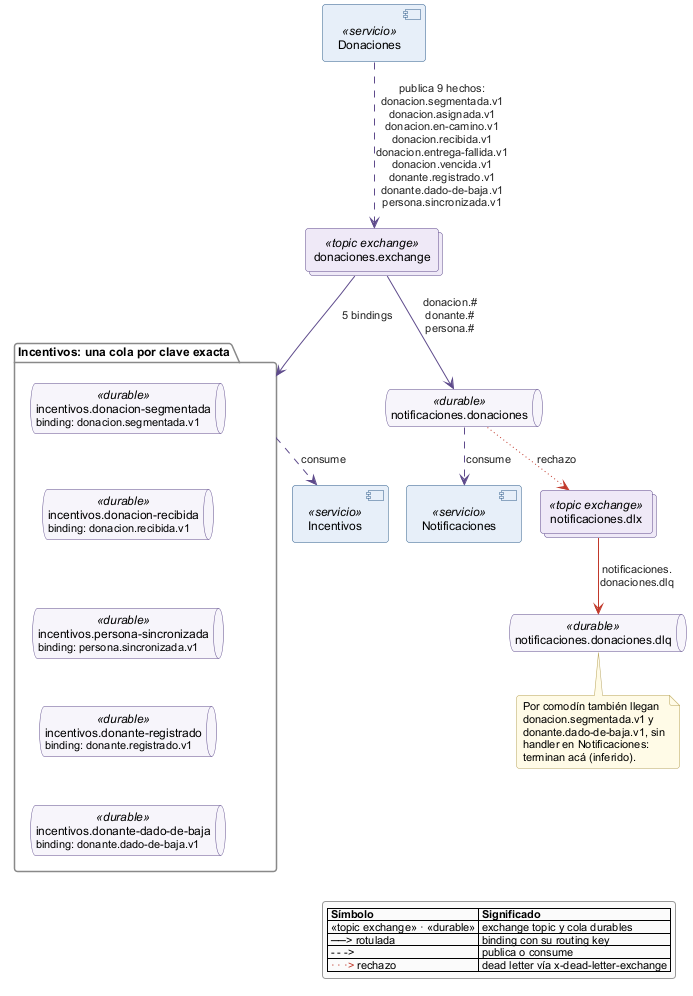
The PlantUML diagram docs/entrega-4/arquitectura/diagramas/rabbit/rabbit-01-hechos-donaciones.png in tsorren/DonaTrack-TP-DDS, before a commit.
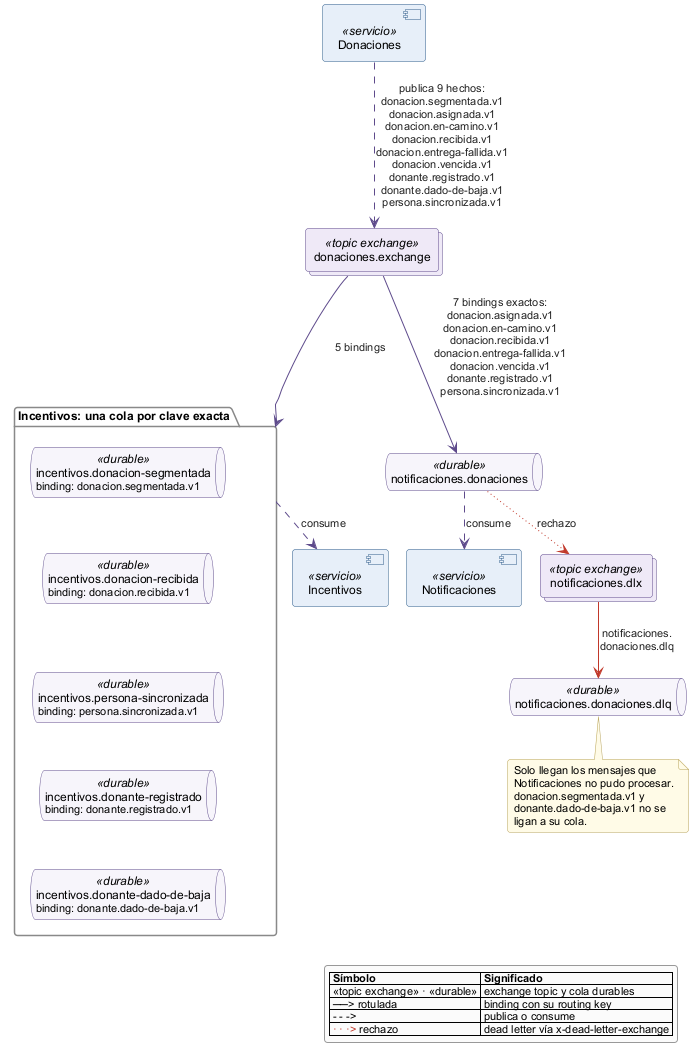
Above is the later version.

The edit, as a diff of the source:
```diff
@@ -35,7 +35,7 @@
 q4 -[hidden]down- q5
 
 don -[#5E4B8B,dashed]-> ex : publica 9 hechos:\ndonacion.segmentada.v1\ndonacion.asignada.v1\ndonacion.en-camino.v1\ndonacion.recibida.v1\ndonacion.entrega-fallida.v1\ndonacion.vencida.v1\ndonante.registrado.v1\ndonante.dado-de-baja.v1\npersona.sincronizada.v1
-ex -[#5E4B8B]-> qN : donacion.#\ndonante.#\npersona.#
+ex -[#5E4B8B]-> qN : 7 bindings exactos:\ndonacion.asignada.v1\ndonacion.en-camino.v1\ndonacion.recibida.v1\ndonacion.entrega-fallida.v1\ndonacion.vencida.v1\ndonante.registrado.v1\npersona.sincronizada.v1
 ex -[#5E4B8B]-> pInc : 5 bindings
 qN -[#5E4B8B,dashed]-> notif : consume
 qN -[#C0392B,dotted]-> dlx : rechazo
@@ -43,11 +43,11 @@
 pInc -[#5E4B8B,dashed]-> inc : consume
 
 note bottom of dlq
-  Por comodín también llegan
+  Solo llegan los mensajes que
+  Notificaciones no pudo procesar.
   donacion.segmentada.v1 y
-  donante.dado-de-baja.v1, sin
-  handler en Notificaciones:
-  terminan acá (inferido).
+  donante.dado-de-baja.v1 no se
+  ligan a su cola.
 end note
 
 legend right
```
